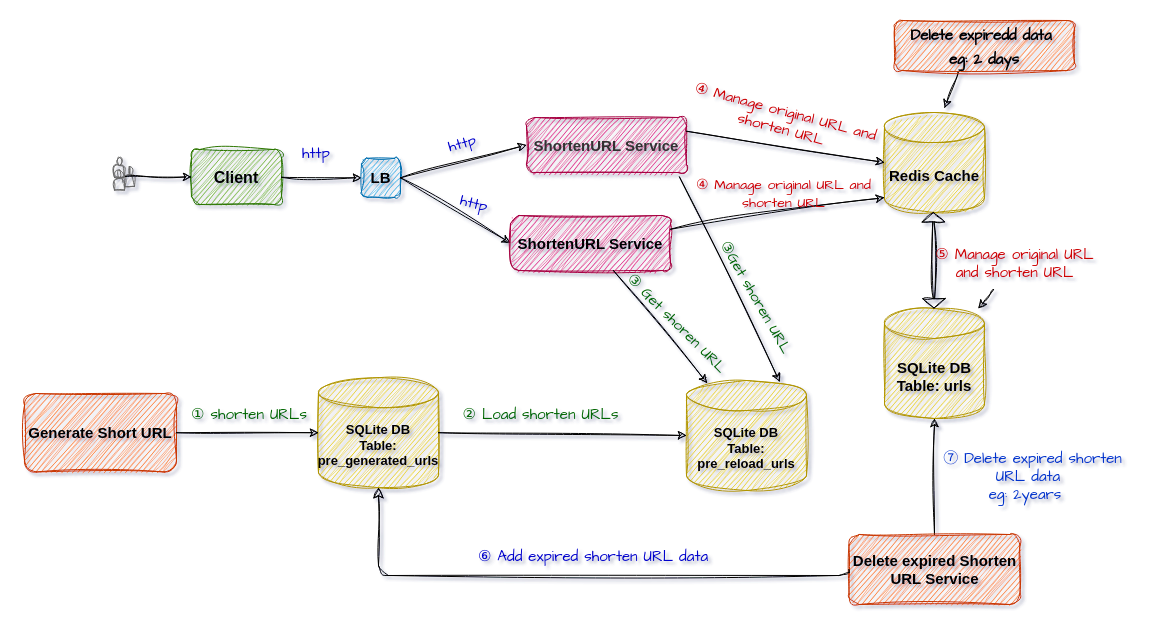
Earlier version of the draw.io diagram tinyurlFlow.drawio (anankayami/newTinyurl). Source tidied: cells renumbered, new cells numbered last; positions are measured from the earlier drawing's top-left corner, leaving out a move shared by most shapes. Both pictures are drawn from the tidied source at 100%, with x=0, y=0 at pixel (24, 20).
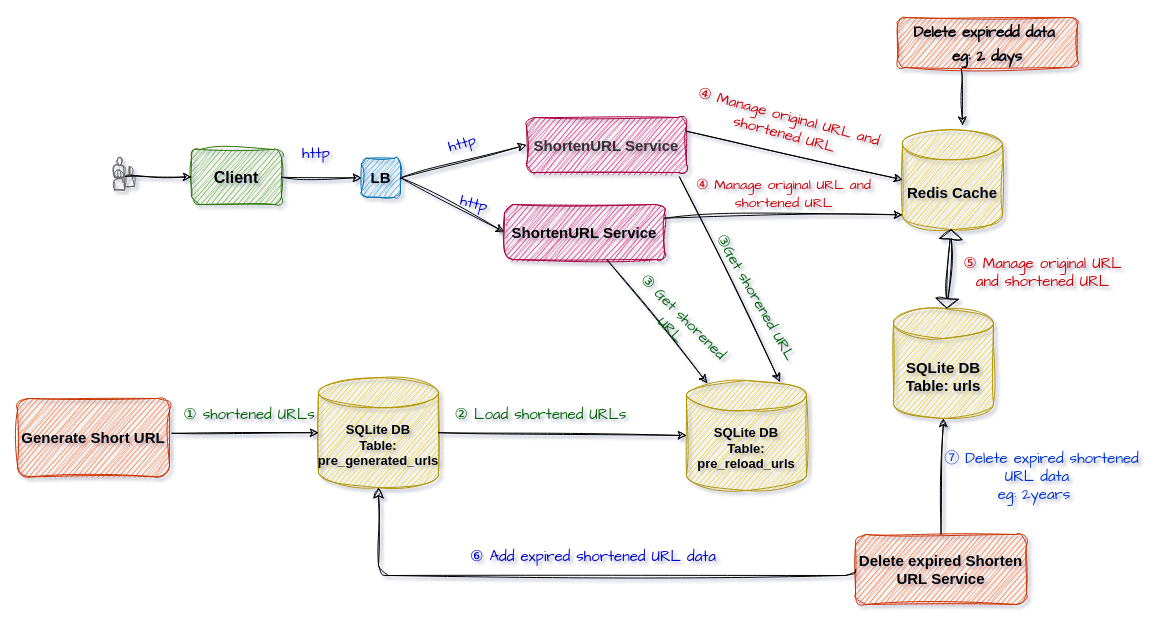
The same page after the edit.

Commit message (it also covers changes not shown here):
add tinyurl Flow

Unchanged cells that the change refers to:
```xml
<mxCell id="21" value="&lt;font style=&quot;font-size: 13px;&quot; color=&quot;#060505&quot;&gt;&lt;b&gt;SQLite DB&lt;br&gt;Table: pre_generated_urls&lt;/b&gt;&lt;br&gt;&lt;/font&gt;" style="shape=cylinder3;whiteSpace=wrap;html=1;boundedLbl=1;backgroundOutline=1;size=15;fillColor=#e3c800;strokeColor=#B09500;rounded=1;sketch=1;curveFitting=1;jiggle=2;fontColor=#000000;" parent="1" vertex="1">
  <mxGeometry x="294" y="357.2" width="120" height="110" as="geometry" />
</mxCell>
```

The edit, as a diff of the source:
```diff
@@
     <mxCell id="12" value="&lt;font size=&quot;1&quot; color=&quot;#000000&quot;&gt;&lt;b style=&quot;font-size: 15px;&quot;&gt;ShortenURL Service&lt;/b&gt;&lt;/font&gt;" style="rounded=1;whiteSpace=wrap;html=1;fillColor=#d80073;strokeColor=#A50040;sketch=1;curveFitting=1;jiggle=2;fontColor=#ffffff;" parent="1" vertex="1">
-      <mxGeometry x="486" y="195" width="160" height="55" as="geometry" />
+      <mxGeometry x="480" y="184" width="160" height="55" as="geometry" />
     </mxCell>
@@
     <mxCell id="14" value="&lt;font size=&quot;1&quot; color=&quot;#060505&quot;&gt;&lt;b style=&quot;font-size: 15px;&quot;&gt;Redis Cache&lt;/b&gt;&lt;/font&gt;" style="shape=cylinder3;whiteSpace=wrap;html=1;boundedLbl=1;backgroundOutline=1;size=15;fillColor=#e3c800;strokeColor=#B09500;rounded=1;sketch=1;curveFitting=1;jiggle=2;fontColor=#000000;" parent="1" vertex="1">
-      <mxGeometry x="860" y="92" width="100" height="100" as="geometry" />
+      <mxGeometry x="878" y="109.2" width="100" height="100" as="geometry" />
     </mxCell>
@@
     <mxCell id="16" value="&lt;font style=&quot;font-size: 15px;&quot; color=&quot;#060505&quot;&gt;&lt;b&gt;SQLite DB&lt;br&gt;Table: urls&lt;/b&gt;&lt;br&gt;&lt;/font&gt;" style="shape=cylinder3;whiteSpace=wrap;html=1;boundedLbl=1;backgroundOutline=1;size=15;fillColor=#e3c800;strokeColor=#B09500;rounded=1;sketch=1;curveFitting=1;jiggle=2;fontColor=#000000;" parent="1" vertex="1">
-      <mxGeometry x="860" y="288" width="100" height="110" as="geometry" />
+      <mxGeometry x="869" y="288" width="100" height="110" as="geometry" />
     </mxCell>
@@
     <mxCell id="19" value="&lt;font size=&quot;1&quot; color=&quot;#000000&quot;&gt;&lt;b style=&quot;font-size: 15px;&quot;&gt;Delete expired Shorten URL Service&lt;/b&gt;&lt;/font&gt;" style="whiteSpace=wrap;html=1;fillColor=#fa6800;strokeColor=#C73500;rounded=1;sketch=1;curveFitting=1;jiggle=2;fontColor=#000000;" parent="1" vertex="1">
-      <mxGeometry x="824.5" y="514" width="171" height="70" as="geometry" />
+      <mxGeometry x="831" y="514" width="171" height="70" as="geometry" />
     </mxCell>
@@
     <mxCell id="25" value="&lt;font size=&quot;1&quot; color=&quot;#000000&quot;&gt;&lt;b style=&quot;font-size: 15px;&quot;&gt;Generate Short URL&lt;/b&gt;&lt;/font&gt;" style="rounded=1;whiteSpace=wrap;html=1;fillColor=#fa6800;strokeColor=#C73500;sketch=1;curveFitting=1;jiggle=2;fontColor=#000000;" parent="1" vertex="1">
-      <mxGeometry y="373" width="152" height="78.5" as="geometry" />
+      <mxGeometry x="-7" y="378" width="152" height="78.5" as="geometry" />
     </mxCell>
@@
-    <mxCell id="27" style="endArrow=classic;html=1;strokeColor=#000000;entryX=0;entryY=0.5;entryDx=0;entryDy=0;entryPerimeter=0;exitX=1;exitY=0.5;exitDx=0;exitDy=0;rounded=1;sketch=1;curveFitting=1;jiggle=2;" parent="1" edge="1" source="25" target="21">
+    <mxCell id="27" style="endArrow=classic;html=1;strokeColor=#000000;entryX=0;entryY=0.5;entryDx=0;entryDy=0;entryPerimeter=0;exitX=1.016;exitY=0.443;exitDx=0;exitDy=0;rounded=1;sketch=1;curveFitting=1;jiggle=2;exitPerimeter=0;" parent="1" edge="1" source="25" target="21">
       <mxGeometry relative="1" as="geometry" />
     </mxCell>
@@
-    <mxCell id="32" value="&lt;font color=&quot;#cc0000&quot;&gt;④ Manage original URL and shorten URL&lt;/font&gt;" style="text;html=1;strokeColor=none;fillColor=none;align=center;verticalAlign=middle;whiteSpace=wrap;rounded=0;sketch=1;hachureGap=4;jiggle=2;curveFitting=1;fontFamily=Architects Daughter;fontSize=15;rotation=15;" parent="1" vertex="1">
-      <mxGeometry x="659" y="67" width="201" height="65" as="geometry" />
+    <mxCell id="32" value="&lt;font color=&quot;#cc0000&quot;&gt;④ Manage original URL and shortened URL&lt;/font&gt;" style="text;html=1;strokeColor=none;fillColor=none;align=center;verticalAlign=middle;whiteSpace=wrap;rounded=0;sketch=1;hachureGap=4;jiggle=2;curveFitting=1;fontFamily=Architects Daughter;fontSize=15;rotation=15;" parent="1" vertex="1">
+      <mxGeometry x="662" y="72.8" width="201" height="65" as="geometry" />
     </mxCell>
@@
-    <mxCell id="34" value="&lt;font color=&quot;#006600&quot;&gt;③Get shoren URL&lt;/font&gt;" style="text;html=1;strokeColor=none;fillColor=none;align=center;verticalAlign=middle;whiteSpace=wrap;rounded=0;sketch=1;hachureGap=4;jiggle=2;curveFitting=1;fontFamily=Architects Daughter;fontSize=15;rotation=60;" parent="1" vertex="1">
+    <mxCell id="34" value="&lt;font color=&quot;#006600&quot;&gt;③Get shorened URL&lt;/font&gt;" style="text;html=1;strokeColor=none;fillColor=none;align=center;verticalAlign=middle;whiteSpace=wrap;rounded=0;sketch=1;hachureGap=4;jiggle=2;curveFitting=1;fontFamily=Architects Daughter;fontSize=15;rotation=60;" parent="1" vertex="1">
       <mxGeometry x="659" y="262" width="146" height="30" as="geometry" />
     </mxCell>
-    <mxCell id="35" value="&lt;font color=&quot;#006600&quot;&gt;③ Get shoren URL&lt;/font&gt;" style="text;html=1;strokeColor=none;fillColor=none;align=center;verticalAlign=middle;whiteSpace=wrap;rounded=0;sketch=1;hachureGap=4;jiggle=2;curveFitting=1;fontFamily=Architects Daughter;fontSize=15;rotation=45;" parent="1" vertex="1">
+    <mxCell id="35" value="&lt;font color=&quot;#006600&quot;&gt;③ Get shorened URL&lt;/font&gt;" style="text;html=1;strokeColor=none;fillColor=none;align=center;verticalAlign=middle;whiteSpace=wrap;rounded=0;sketch=1;hachureGap=4;jiggle=2;curveFitting=1;fontFamily=Architects Daughter;fontSize=15;rotation=45;" parent="1" vertex="1">
       <mxGeometry x="580" y="288" width="146" height="30" as="geometry" />
     </mxCell>
-    <mxCell id="36" value="&lt;font style=&quot;font-size: 14px;&quot; color=&quot;#cc0000&quot;&gt;④ Manage original URL and shorten URL&lt;/font&gt;" style="text;html=1;strokeColor=none;fillColor=none;align=center;verticalAlign=middle;whiteSpace=wrap;rounded=0;sketch=1;hachureGap=4;jiggle=2;curveFitting=1;fontFamily=Architects Daughter;fontSize=15;rotation=0;" parent="1" vertex="1">
+    <mxCell id="36" value="&lt;font style=&quot;font-size: 14px;&quot; color=&quot;#cc0000&quot;&gt;④ Manage original URL and shortened URL&lt;/font&gt;" style="text;html=1;strokeColor=none;fillColor=none;align=center;verticalAlign=middle;whiteSpace=wrap;rounded=0;sketch=1;hachureGap=4;jiggle=2;curveFitting=1;fontFamily=Architects Daughter;fontSize=15;rotation=0;" parent="1" vertex="1">
       <mxGeometry x="659" y="140" width="201" height="65" as="geometry" />
     </mxCell>
-    <mxCell id="37" value="&lt;font color=&quot;#006600&quot;&gt;② Load shorten URLs&lt;/font&gt;" style="text;html=1;strokeColor=none;fillColor=none;align=center;verticalAlign=middle;whiteSpace=wrap;rounded=0;sketch=1;hachureGap=4;jiggle=2;curveFitting=1;fontFamily=Architects Daughter;fontSize=15;rotation=0;" parent="1" vertex="1">
+    <mxCell id="37" value="&lt;font color=&quot;#006600&quot;&gt;② Load shortened URLs&lt;/font&gt;" style="text;html=1;strokeColor=none;fillColor=none;align=center;verticalAlign=middle;whiteSpace=wrap;rounded=0;sketch=1;hachureGap=4;jiggle=2;curveFitting=1;fontFamily=Architects Daughter;fontSize=15;rotation=0;" parent="1" vertex="1">
       <mxGeometry x="424" y="379.2" width="185" height="30" as="geometry" />
     </mxCell>
-    <mxCell id="38" value="&lt;font color=&quot;#0033cc&quot;&gt;　⑦ Delete expired shorten&lt;br&gt;&amp;nbsp;URL data&lt;br&gt;eg: 2years&lt;/font&gt;" style="text;html=1;strokeColor=none;fillColor=none;align=center;verticalAlign=middle;whiteSpace=wrap;rounded=0;sketch=1;hachureGap=4;jiggle=2;curveFitting=1;fontFamily=Architects Daughter;fontSize=15;rotation=0;" parent="1" vertex="1">
-      <mxGeometry x="894" y="416" width="213.5" height="80" as="geometry" />
+    <mxCell id="38" value="&lt;font color=&quot;#0033cc&quot;&gt;　⑦ Delete expired shortened&lt;br&gt;&amp;nbsp;URL data&lt;br&gt;eg: 2years&lt;/font&gt;" style="text;html=1;strokeColor=none;fillColor=none;align=center;verticalAlign=middle;whiteSpace=wrap;rounded=0;sketch=1;hachureGap=4;jiggle=2;curveFitting=1;fontFamily=Architects Daughter;fontSize=15;rotation=0;" parent="1" vertex="1">
+      <mxGeometry x="903" y="416" width="213.5" height="80" as="geometry" />
     </mxCell>
-    <mxCell id="39" value="&lt;font color=&quot;#0000cc&quot;&gt;⑥ Add expired shorten URL data&lt;/font&gt;" style="text;html=1;strokeColor=none;fillColor=none;align=center;verticalAlign=middle;whiteSpace=wrap;rounded=0;sketch=1;hachureGap=4;jiggle=2;curveFitting=1;fontFamily=Architects Daughter;fontSize=15;rotation=0;" parent="1" vertex="1">
+    <mxCell id="39" value="&lt;font color=&quot;#0000cc&quot;&gt;⑥ Add expired shortened URL data&lt;/font&gt;" style="text;html=1;strokeColor=none;fillColor=none;align=center;verticalAlign=middle;whiteSpace=wrap;rounded=0;sketch=1;hachureGap=4;jiggle=2;curveFitting=1;fontFamily=Architects Daughter;fontSize=15;rotation=0;" parent="1" vertex="1">
       <mxGeometry x="419" y="521" width="300" height="30" as="geometry" />
     </mxCell>
-    <mxCell id="40" style="edgeStyle=none;sketch=1;hachureGap=4;jiggle=2;curveFitting=1;html=1;strokeColor=#000000;fontFamily=Architects Daughter;fontSize=14;fontColor=#CC0000;" parent="1" edge="1" source="41" target="16">
-      <mxGeometry relative="1" as="geometry" />
-    </mxCell>
-    <mxCell id="41" value="&lt;font color=&quot;#cc0000&quot;&gt;⑤ Manage original URL and shorten URL&lt;/font&gt;" style="text;html=1;strokeColor=none;fillColor=none;align=center;verticalAlign=middle;whiteSpace=wrap;rounded=0;sketch=1;hachureGap=4;jiggle=2;curveFitting=1;fontFamily=Architects Daughter;fontSize=15;rotation=0;" parent="1" vertex="1">
-      <mxGeometry x="908" y="216" width="164.5" height="53" as="geometry" />
+    <mxCell id="41" value="&lt;font color=&quot;#cc0000&quot;&gt;⑤ Manage original URL and shortened URL&lt;/font&gt;" style="text;html=1;strokeColor=none;fillColor=none;align=center;verticalAlign=middle;whiteSpace=wrap;rounded=0;sketch=1;hachureGap=4;jiggle=2;curveFitting=1;fontFamily=Architects Daughter;fontSize=15;rotation=0;" parent="1" vertex="1">
+      <mxGeometry x="936" y="225" width="164.5" height="53" as="geometry" />
     </mxCell>
     <mxCell id="42" value="&lt;font size=&quot;1&quot;&gt;&lt;b style=&quot;font-size: 15px;&quot;&gt;Delete expiredd data&amp;nbsp;&lt;br&gt;eg: 2 days&lt;br&gt;&lt;/b&gt;&lt;/font&gt;" style="whiteSpace=wrap;html=1;fillColor=#fa6800;strokeColor=#C73500;fontColor=#000000;rounded=1;sketch=1;curveFitting=1;jiggle=2;hachureGap=4;fontFamily=Architects Daughter;fontSize=20;" parent="1" vertex="1">
-      <mxGeometry x="870" width="180" height="50" as="geometry" />
+      <mxGeometry x="873" y="-3" width="180" height="50" as="geometry" />
     </mxCell>
-    <mxCell id="43" value="&lt;font color=&quot;#006600&quot;&gt;① shorten URLs&lt;/font&gt;" style="text;html=1;strokeColor=none;fillColor=none;align=center;verticalAlign=middle;whiteSpace=wrap;rounded=0;sketch=1;hachureGap=4;jiggle=2;curveFitting=1;fontFamily=Architects Daughter;fontSize=15;rotation=0;" parent="1" vertex="1">
+    <mxCell id="43" value="&lt;font color=&quot;#006600&quot;&gt;① shortened URLs&lt;/font&gt;" style="text;html=1;strokeColor=none;fillColor=none;align=center;verticalAlign=middle;whiteSpace=wrap;rounded=0;sketch=1;hachureGap=4;jiggle=2;curveFitting=1;fontFamily=Architects Daughter;fontSize=15;rotation=0;" parent="1" vertex="1">
       <mxGeometry x="152" y="379.2" width="146" height="30" as="geometry" />
     </mxCell>
```
